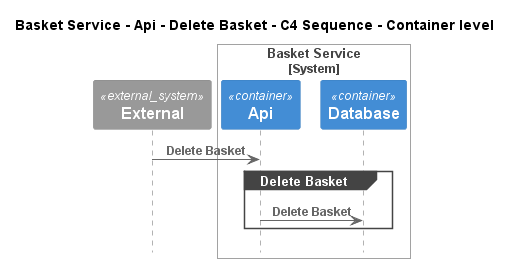
This is e-commerce-platform/Software Systems/Basket Service/Containers/Api/Interfaces/Delete Basket/Container - C4 Sequence.png from C4InterFlow/architecture-as-code-samples, a PlantUML export, as it was before one commit.
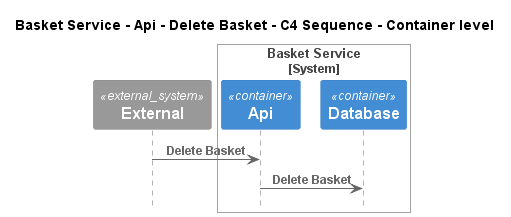
The same file after the commit.

Diff of the diagram source:
```diff
@@ -12,9 +12,7 @@
 Boundary_End()
 
 Rel(C4InterFlow.SoftwareSystems.ExternalSystem, ECommercePlatform.SoftwareSystems.BasketService.Containers.Api, "Delete Basket")
-group Delete Basket
 Rel(ECommercePlatform.SoftwareSystems.BasketService.Containers.Api, ECommercePlatform.SoftwareSystems.BasketService.Containers.Database, "Delete Basket")
-end
 
 
 @enduml
```
